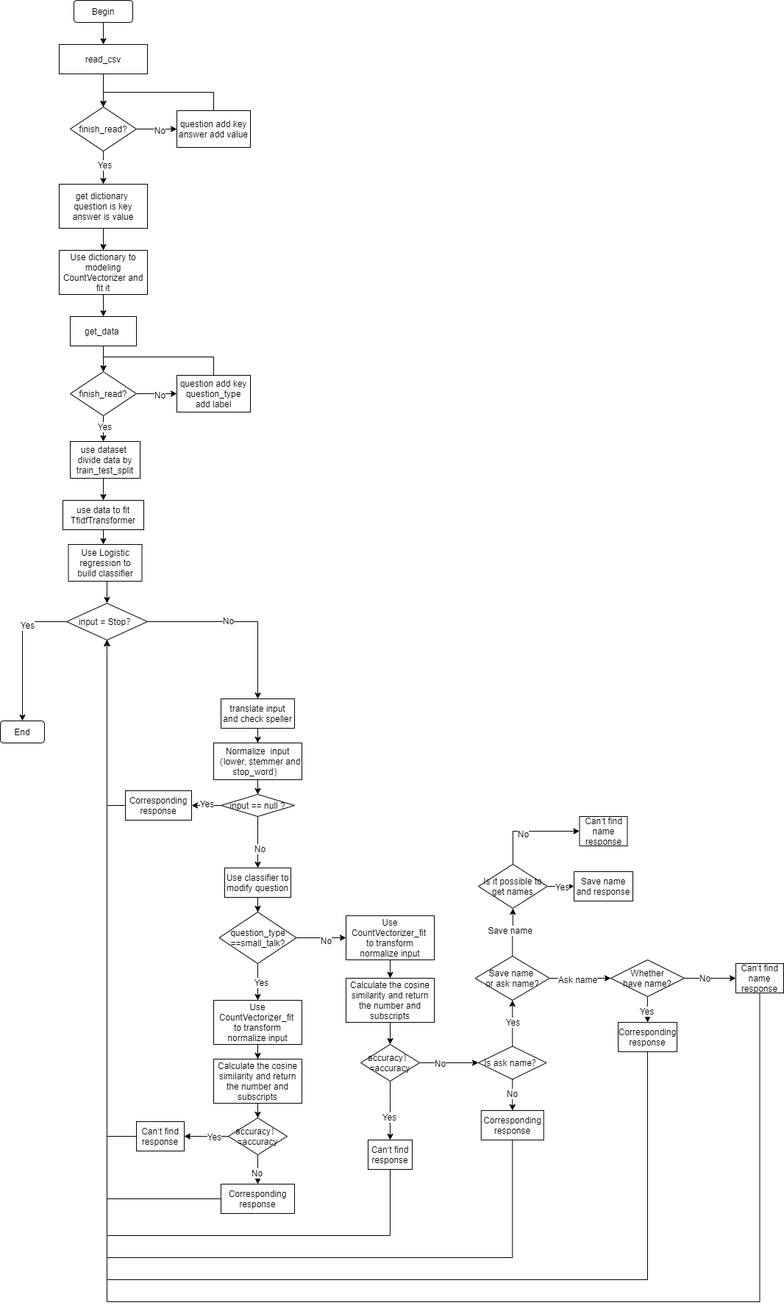
DonjuanXX/nltk_bot keeps this draw.io diagram as Untitled Diagram.png. Above is the earlier version. Source tidied: cells renumbered, new cells last; positions are measured from the earlier drawing's top-left corner, leaving out a move shared by most shapes.
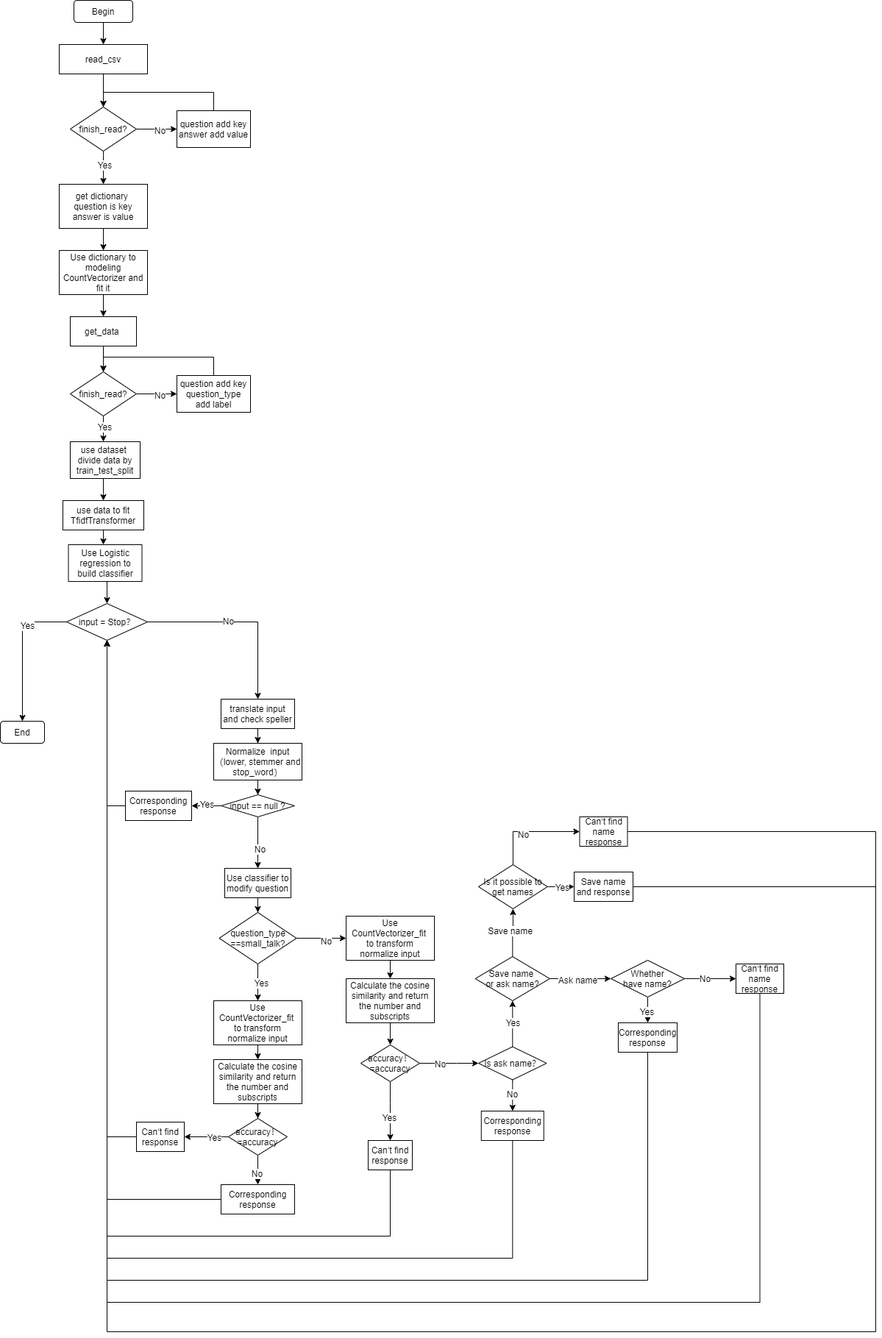
The same diagram one commit later.

What changed in the source:
```diff
@@ -439,6 +439,15 @@
     <mxCell id="102" value="Save name and response" style="rounded=0;whiteSpace=wrap;html=1;" parent="1" vertex="1">
       <mxGeometry x="780" y="1185" width="80" height="40" as="geometry" />
     </mxCell>
+    <mxCell id="109" style="edgeStyle=orthogonalEdgeStyle;rounded=0;jettySize=auto;html=1;entryX=0.5;entryY=1;entryDx=0;entryDy=0;exitX=1;exitY=0.5;exitDx=0;exitDy=0;" parent="1" edge="1" source="103" target="24">
+      <mxGeometry relative="1" as="geometry">
+        <Array as="points">
+          <mxPoint x="1190" y="1130" />
+          <mxPoint x="1190" y="1810" />
+          <mxPoint x="145" y="1810" />
+        </Array>
+      </mxGeometry>
+    </mxCell>
     <mxCell id="103" value="Can‘t find&lt;br&gt;name response" style="rounded=0;whiteSpace=wrap;html=1;" parent="1" vertex="1">
       <mxGeometry x="787.5" y="1110" width="65" height="40" as="geometry" />
     </mxCell>
@@ -467,5 +476,10 @@
     <mxCell id="108" value="Corresponding response" style="rounded=0;whiteSpace=wrap;html=1;" parent="1" vertex="1">
       <mxGeometry x="840" y="1390" width="80" height="40" as="geometry" />
     </mxCell>
+    <mxCell id="110" style="endArrow=none;html=1;exitX=1;exitY=0.5;exitDx=0;exitDy=0;" parent="1" edge="1" source="102">
+      <mxGeometry relative="1" as="geometry">
+        <mxPoint x="1190" y="1205" as="targetPoint" />
+      </mxGeometry>
+    </mxCell>
   </root>
 </mxGraphModel>
```
